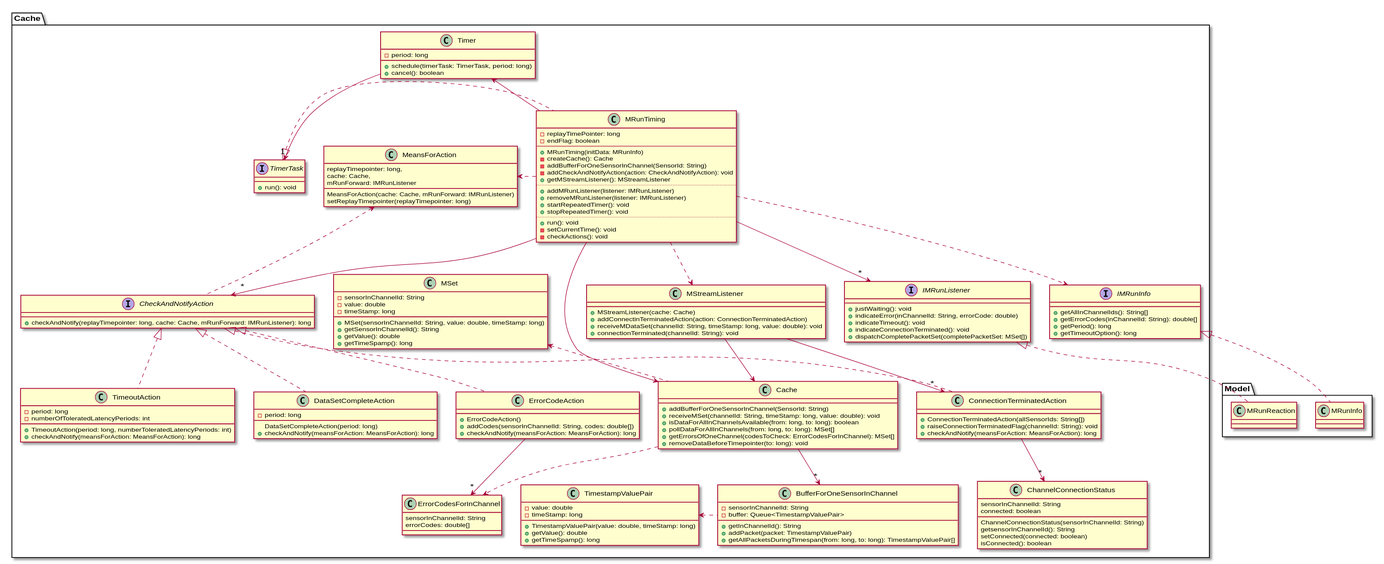
osl2/DAQ-Documents keeps this PlantUML diagram as 2-Entwurf/2-Entwicklung/src/edu/kit/freejdaq/cache/classDiagramCache.svg. Above is the earlier version.
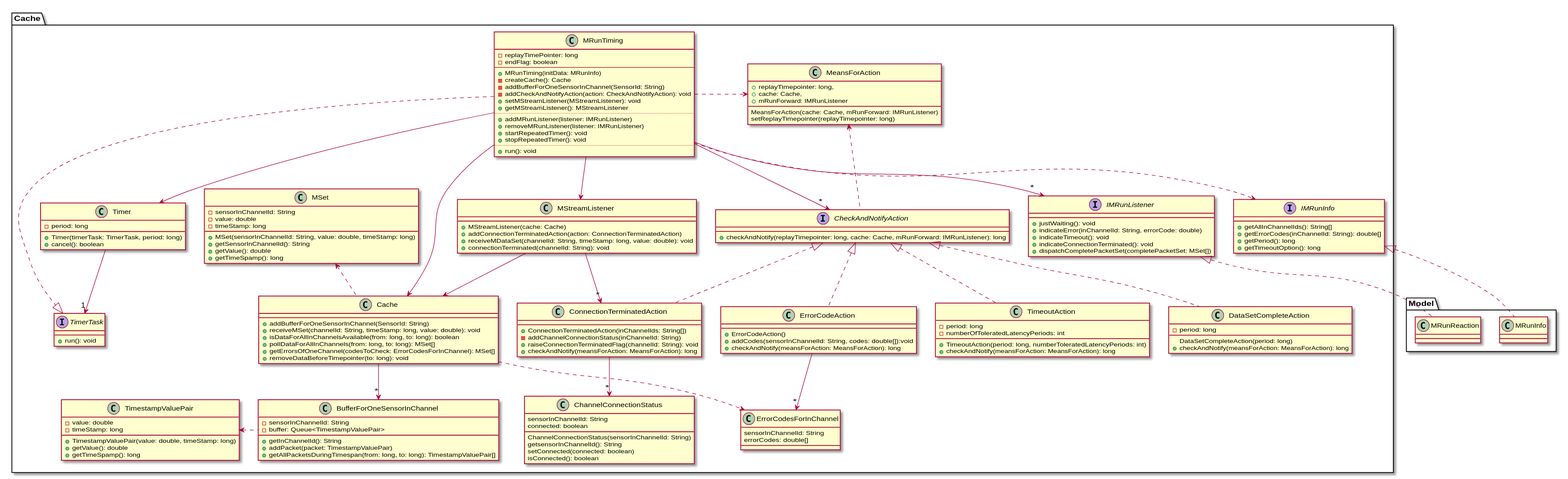
After the commit.

What changed in the source:
```diff
@@ -3,7 +3,7 @@
 
 class MStreamListener {
 	+ MStreamListener(cache: Cache)
-	+ addConnectinTerminatedAction(action: ConnectionTerminatedAction)
+	+ addConnectionTerminatedAction(action: ConnectionTerminatedAction)
 	+ receiveMDataSet(channelId: String, timeStamp: long, value: double): void
 	+ connectionTerminated(channelId: String): void
 }
@@ -17,6 +17,7 @@
 	- createCache(): Cache
 	- addBufferForOneSensorInChannel(SensorId: String)
 	- addCheckAndNotifyAction(action: CheckAndNotifyAction): void
+	+ setMStreamListener(MStreamListener): void
 	+ getMStreamListener(): MStreamListener
 	..
 	+ addMRunListener(listener: IMRunListener)
@@ -25,13 +26,11 @@
 	+ stopRepeatedTimer(): void
 	..
 	+ run(): void
-	- setCurrentTime(): void
-	- checkActions(): void
 }
 
 class Timer {
 	-period: long
-	+schedule(timerTask: TimerTask, period: long)
+	+Timer(timerTask: TimerTask, period: long)
 	+cancel(): boolean
 }
 
@@ -61,7 +60,8 @@
 }
 
 class ConnectionTerminatedAction {
-	+ ConnectionTerminatedAction(allSensorIds: String[])
+	+ ConnectionTerminatedAction(inChannelIds: String[])
+	-addChannelConnectionStatus(inChannelId: String)
 	+ raiseConnectionTerminatedFlag(channelId: String): void
 	+ checkAndNotify(meansForAction: MeansForAction): long
 }
@@ -75,7 +75,7 @@
 
 class ErrorCodeAction {
 	+ErrorCodeAction()
-	+addCodes(sensorInChannelId: String, codes: double[])
+	+addCodes(sensorInChannelId: String, codes: double[]):void
 	+checkAndNotify(meansForAction: MeansForAction): long
 }
 
@@ -101,11 +101,12 @@
 }
 
 class MeansForAction {
-	replayTimepointer: long,
-	cache: Cache,
-	mRunForward: IMRunListener
+	+replayTimepointer: long,
+	+cache: Cache,
+	+mRunForward: IMRunListener
 	MeansForAction(cache: Cache, mRunForward: IMRunListener)
 	setReplayTimepointer(replayTimepointer: long)
+
 }
 
 class ChannelConnectionStatus {
@@ -128,10 +129,10 @@
 ErrorCodeAction .up.|> CheckAndNotifyAction
 DataSetCompleteAction .up.|> CheckAndNotifyAction
 
-MRunTiming -left-> Timer
-MRunTiming .left.|> TimerTask
-Timer -down-> "1" TimerTask
-MRunTiming ..> MStreamListener
+MRunTiming --> Timer
+MRunTiming ..|> TimerTask
+Timer --> "1" TimerTask
+MRunTiming --> MStreamListener
 Cache .up.> MSet
 Cache -down-> "*" BufferForOneSensorInChannel
 Cache ..> ErrorCodesForInChannel
```
